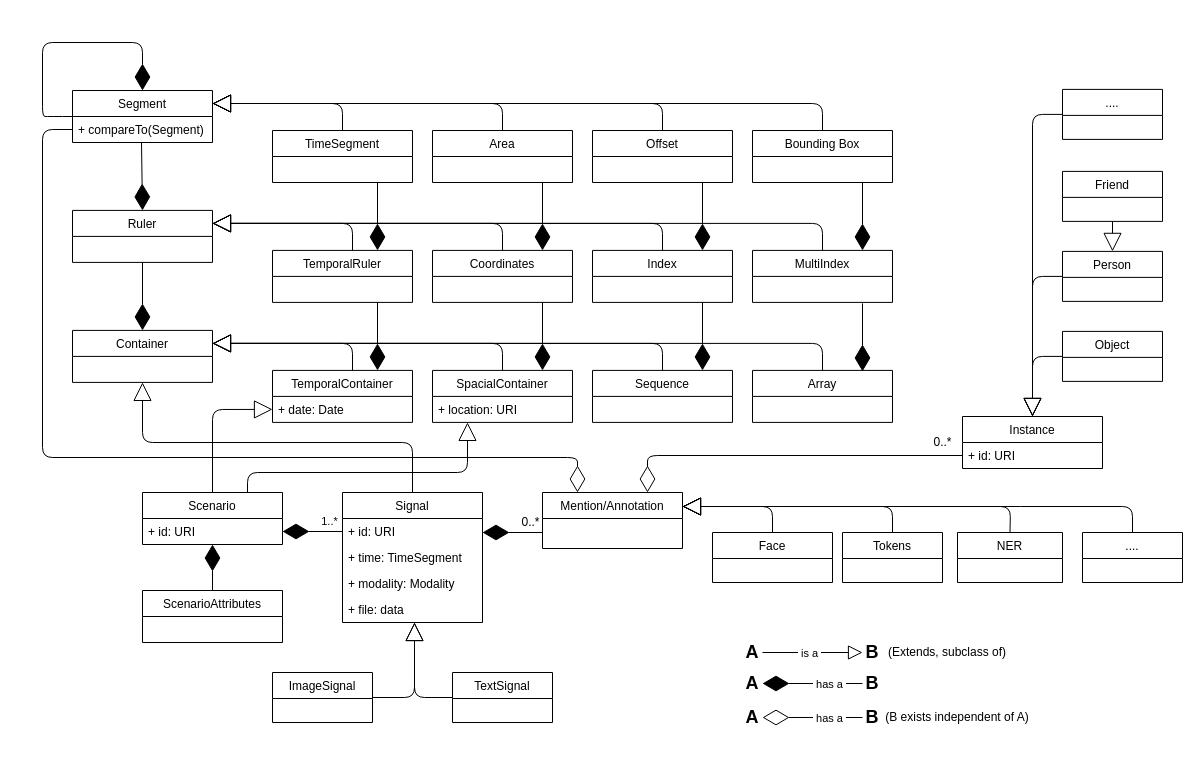
This is data/test-scenes/Datarepresentation.drawio from cltl/ma-communicative-robots, a draw.io file, before an edit. Source tidied: cells renumbered, new cells numbered last; positions are measured from the earlier drawing's top-left corner, leaving out a move shared by most shapes. Both pictures are drawn from the tidied source at 100%, with x=0, y=0 at pixel (42, 42).
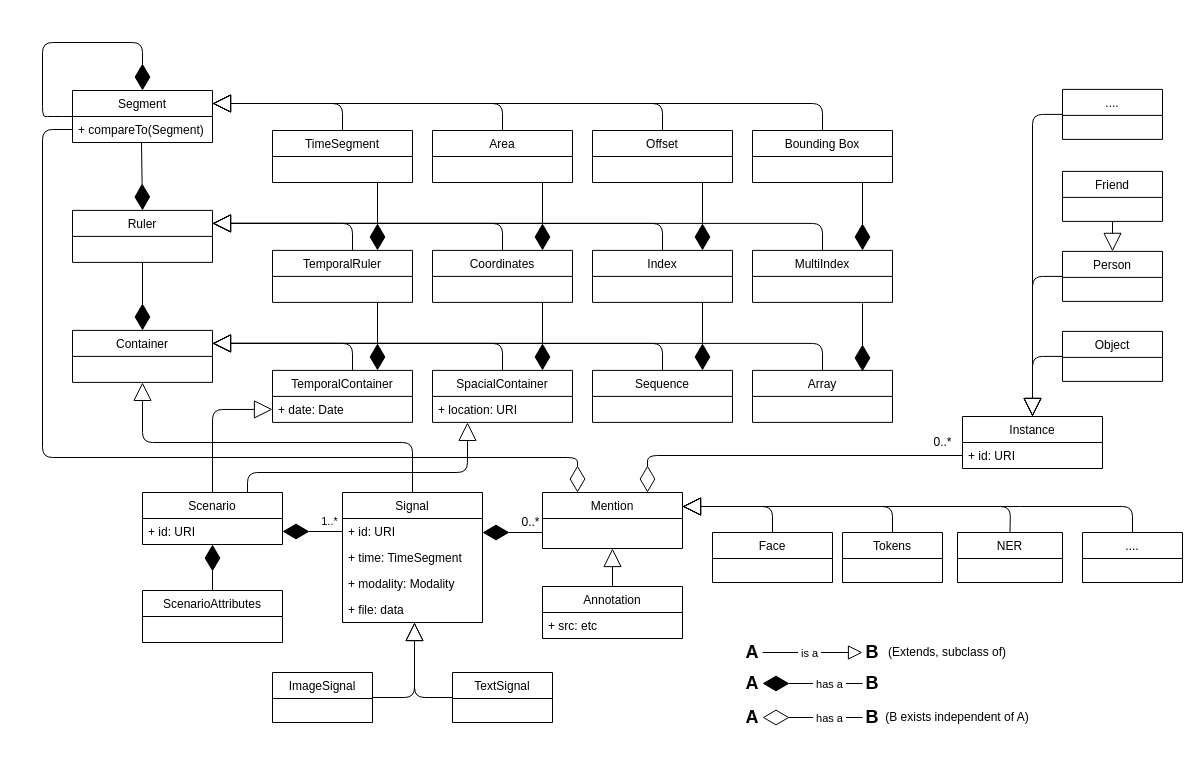
Above is the later version.

The edit, as a diff of the source:
```diff
@@
-    <mxCell id="48" value="Mention/Annotation" style="swimlane;fontStyle=0;horizontal=1;startSize=26;fillColor=none;" parent="1" vertex="1">
+    <mxCell id="48" value="Mention" style="swimlane;fontStyle=0;horizontal=1;startSize=26;fillColor=none;" parent="1" vertex="1">
       <mxGeometry x="500" y="450" width="140" height="56" as="geometry" />
     </mxCell>
@@
+    <mxCell id="99" value="Annotation" style="swimlane;fontStyle=0;horizontal=1;startSize=26;fillColor=none;" parent="1" vertex="1">
+      <mxGeometry x="500" y="544" width="140" height="52" as="geometry" />
+    </mxCell>
+    <mxCell id="100" value="+ src: etc" style="text;strokeColor=none;fillColor=none;align=left;verticalAlign=top;spacingLeft=4;spacingRight=4;overflow=hidden;" parent="99" vertex="1">
+      <mxGeometry y="26" width="140" height="26" as="geometry" />
+    </mxCell>
+    <mxCell id="101" style="endArrow=block;endSize=16;endFill=0;html=1;exitX=0.5;exitY=0;exitDx=0;exitDy=0;entryX=0.5;entryY=1;entryDx=0;entryDy=0;" parent="1" edge="1" source="99" target="48">
+      <mxGeometry x="-0.45" relative="1" as="geometry" />
+    </mxCell>
```
